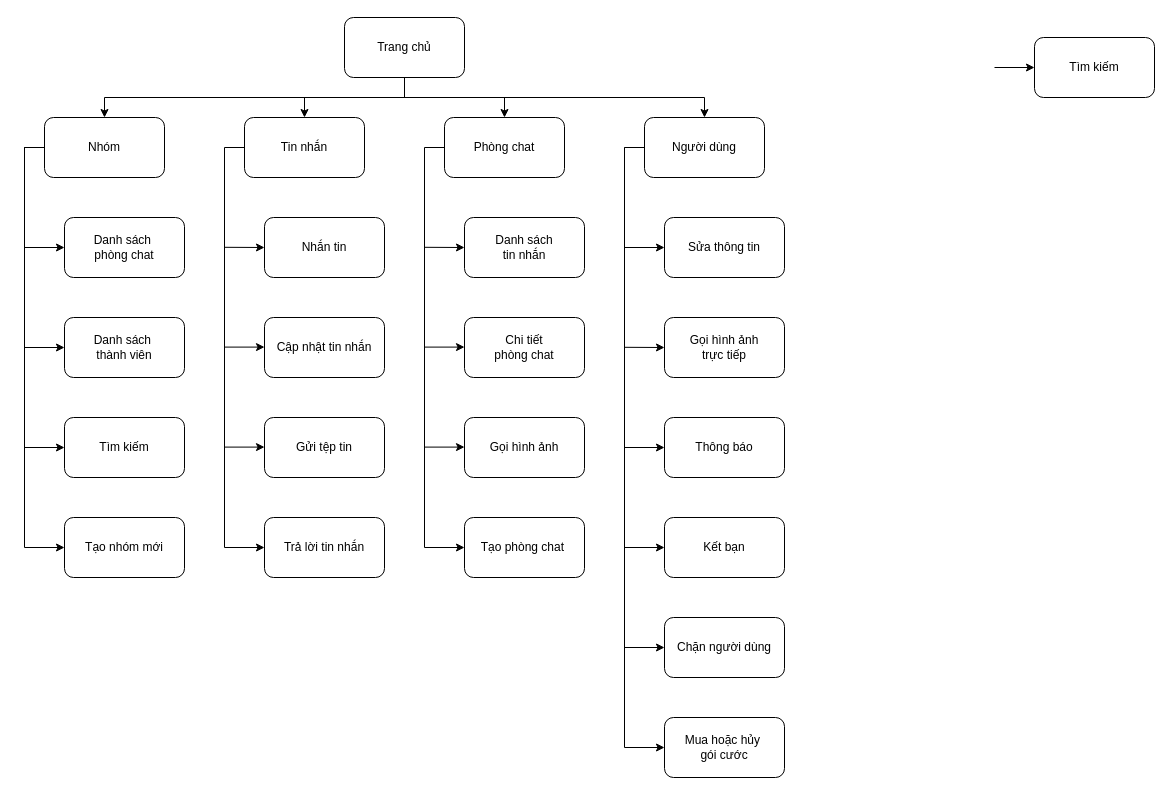
Earlier version of the draw.io diagram phac thao do an cuoi cung/sitemap.drawio (frozenproof/dactaphanmem). Source tidied: cells renumbered, new cells numbered last; positions are measured from the earlier drawing's top-left corner, leaving out a move shared by most shapes. Both pictures are drawn from the tidied source at 100%, with x=0, y=0 at pixel (24, 17).
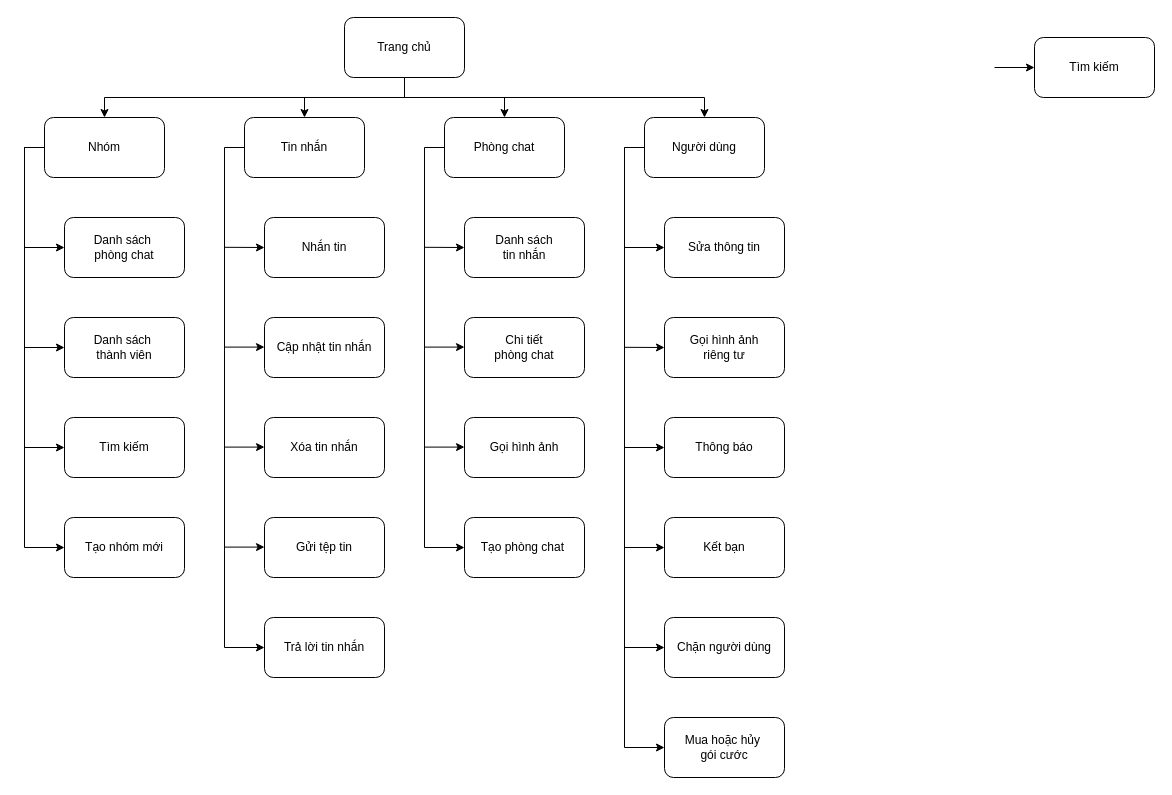
The same page after the edit.

Change to the diagram source:
```diff
@@
-    <mxCell id="21" value="Gọi hình ảnh&lt;div&gt;trực tiếp&lt;/div&gt;" style="whiteSpace=wrap;html=1;rounded=1;" parent="1" vertex="1">
+    <mxCell id="21" value="Gọi hình ảnh&lt;div&gt;riêng tư&lt;/div&gt;" style="whiteSpace=wrap;html=1;rounded=1;" parent="1" vertex="1">
       <mxGeometry x="640" y="300" width="120" height="60" as="geometry" />
     </mxCell>
@@
     <mxCell id="43" value="Gửi tệp tin" style="whiteSpace=wrap;html=1;rounded=1;" parent="1" vertex="1">
-      <mxGeometry x="240" y="400" width="120" height="60" as="geometry" />
+      <mxGeometry x="240" y="500" width="120" height="60" as="geometry" />
     </mxCell>
@@
     <mxCell id="45" style="endArrow=none;html=1;rounded=0;" parent="1" edge="1">
       <mxGeometry relative="1" as="geometry">
-        <mxPoint x="200" y="530" as="sourcePoint" />
+        <mxPoint x="200" y="630" as="sourcePoint" />
         <mxPoint x="200" y="130" as="targetPoint" />
       </mxGeometry>
     </mxCell>
     <mxCell id="46" style="endArrow=classic;html=1;rounded=0;" parent="1" edge="1">
       <mxGeometry relative="1" as="geometry">
-        <mxPoint x="200" y="429.6" as="sourcePoint" />
-        <mxPoint x="240" y="429.6" as="targetPoint" />
+        <mxPoint x="200" y="529.6" as="sourcePoint" />
+        <mxPoint x="240" y="529.6" as="targetPoint" />
       </mxGeometry>
     </mxCell>
@@
     <mxCell id="49" style="endArrow=classic;html=1;rounded=0;" parent="1" edge="1">
       <mxGeometry relative="1" as="geometry">
-        <mxPoint x="200" y="530" as="sourcePoint" />
-        <mxPoint x="240" y="530" as="targetPoint" />
+        <mxPoint x="200" y="630" as="sourcePoint" />
+        <mxPoint x="240" y="630" as="targetPoint" />
       </mxGeometry>
     </mxCell>
     <mxCell id="50" value="Trả lời tin nhắn" style="rounded=1;whiteSpace=wrap;html=1;" parent="1" vertex="1">
-      <mxGeometry x="240" y="500" width="120" height="60" as="geometry" />
+      <mxGeometry x="240" y="600" width="120" height="60" as="geometry" />
     </mxCell>
@@
+    <mxCell id="55" value="Xóa tin nhắn" style="whiteSpace=wrap;html=1;rounded=1;" parent="1" vertex="1">
+      <mxGeometry x="240" y="400" width="120" height="60" as="geometry" />
+    </mxCell>
+    <mxCell id="56" style="endArrow=classic;html=1;rounded=0;" parent="1" edge="1">
+      <mxGeometry relative="1" as="geometry">
+        <mxPoint x="200" y="429.6" as="sourcePoint" />
+        <mxPoint x="240" y="429.6" as="targetPoint" />
+      </mxGeometry>
+    </mxCell>
```
